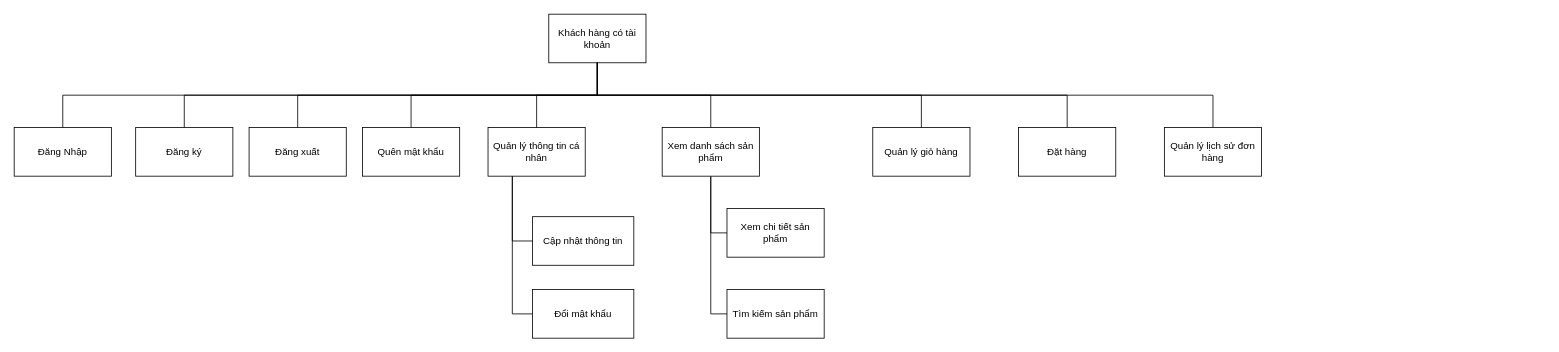
Earlier version of the draw.io diagram page "Sơ đồ tư duy khách hàng có tài khoản" (5 of 24) of Diagram for assign.drawio (khanh8603/khanh8603). Source tidied: cells renumbered, new cells numbered last; positions are measured from the earlier drawing's top-left corner, leaving out a move shared by most shapes. Both pictures are drawn from the tidied source at 81%, with x=0, y=0 at pixel (14, 14).
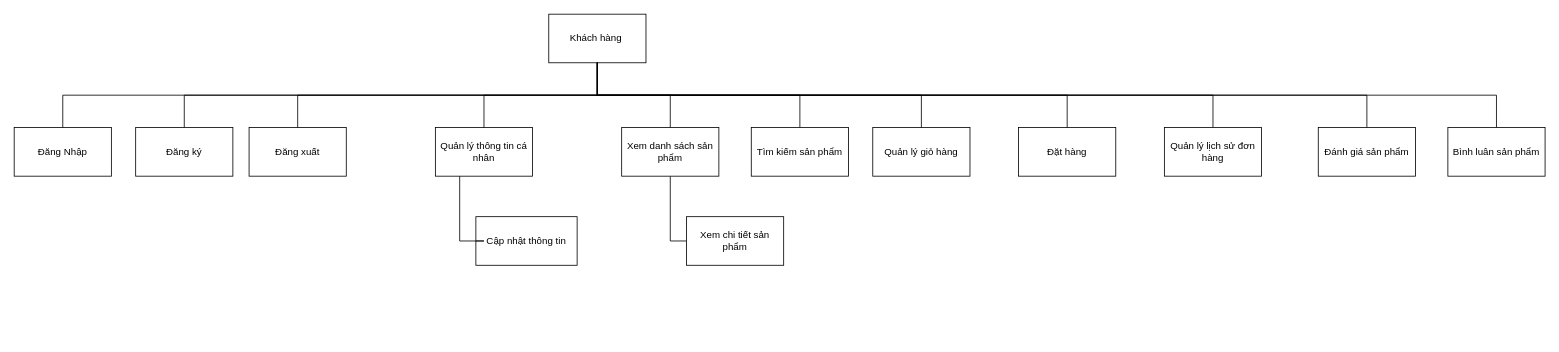
After the change.

Commit message:
Cập nhật Diagram for assign.drawio

Change to the diagram source:
```diff
@@
-    <mxCell id="2" value="Khách hàng có tài khoản" style="rounded=0;whiteSpace=wrap;html=1;" parent="1" vertex="1">
+    <mxCell id="2" value="Khách hàng&amp;nbsp;" style="rounded=0;whiteSpace=wrap;html=1;" parent="1" vertex="1">
       <mxGeometry x="660" width="120" height="60" as="geometry" />
     </mxCell>
@@
     <mxCell id="5" value="Quản lý thông tin cá nhân" style="rounded=0;whiteSpace=wrap;html=1;" parent="1" vertex="1">
-      <mxGeometry x="585" y="140" width="120" height="60" as="geometry" />
+      <mxGeometry x="520" y="140" width="120" height="60" as="geometry" />
     </mxCell>
@@
     <mxCell id="13" value="Cập nhật thông tin" style="rounded=0;whiteSpace=wrap;html=1;" parent="1" vertex="1">
-      <mxGeometry x="640" y="250" width="125" height="60" as="geometry" />
+      <mxGeometry x="570" y="250" width="125" height="60" as="geometry" />
     </mxCell>
-    <mxCell id="14" value="Đổi mật khẩu" style="rounded=0;whiteSpace=wrap;html=1;" parent="1" vertex="1">
-      <mxGeometry x="640" y="340" width="125" height="60" as="geometry" />
-    </mxCell>
     <mxCell id="15" style="endArrow=none;html=1;rounded=0;entryX=0.25;entryY=1;entryDx=0;entryDy=0;exitX=0;exitY=0.5;exitDx=0;exitDy=0;edgeStyle=orthogonalEdgeStyle;" parent="1" edge="1" source="13" target="5">
       <mxGeometry relative="1" as="geometry">
         <Array as="points">
-          <mxPoint x="615" y="280" />
+          <mxPoint x="580" y="280" />
+          <mxPoint x="550" y="280" />
         </Array>
       </mxGeometry>
     </mxCell>
-    <mxCell id="16" style="endArrow=none;html=1;rounded=0;entryX=0.25;entryY=1;entryDx=0;entryDy=0;exitX=0;exitY=0.5;exitDx=0;exitDy=0;edgeStyle=orthogonalEdgeStyle;" parent="1" edge="1" source="14" target="5">
-      <mxGeometry relative="1" as="geometry" />
-    </mxCell>
@@
-    <mxCell id="18" style="edgeStyle=orthogonalEdgeStyle;rounded=0;jettySize=auto;html=1;exitX=0.5;exitY=1;exitDx=0;exitDy=0;entryX=0;entryY=0.5;entryDx=0;entryDy=0;endArrow=none;endFill=0;" parent="1" edge="1" source="19" target="26">
-      <mxGeometry relative="1" as="geometry" />
-    </mxCell>
     <mxCell id="19" value="Xem danh sách sản phẩm" style="rounded=0;whiteSpace=wrap;html=1;" parent="1" vertex="1">
-      <mxGeometry x="800" y="140" width="120" height="60" as="geometry" />
+      <mxGeometry x="750" y="140" width="120" height="60" as="geometry" />
     </mxCell>
     <mxCell id="20" style="endArrow=none;html=1;rounded=0;entryX=0.5;entryY=1;entryDx=0;entryDy=0;exitX=0.5;exitY=0;exitDx=0;exitDy=0;edgeStyle=orthogonalEdgeStyle;" parent="1" edge="1" source="19" target="2">
       <mxGeometry relative="1" as="geometry">
         <Array as="points">
-          <mxPoint x="860" y="100" />
+          <mxPoint x="810" y="100" />
           <mxPoint x="720" y="100" />
         </Array>
       </mxGeometry>
     </mxCell>
     <mxCell id="21" value="Xem chi tiết sản phẩm" style="rounded=0;whiteSpace=wrap;html=1;" parent="1" vertex="1">
-      <mxGeometry x="880" y="240" width="120" height="60" as="geometry" />
+      <mxGeometry x="830" y="250" width="120" height="60" as="geometry" />
     </mxCell>
@@
-    <mxCell id="24" style="edgeStyle=orthogonalEdgeStyle;rounded=0;jettySize=auto;html=1;exitX=0.5;exitY=0;exitDx=0;exitDy=0;entryX=0.5;entryY=1;entryDx=0;entryDy=0;endArrow=none;endFill=0;" parent="1" edge="1" source="25" target="2">
-      <mxGeometry relative="1" as="geometry" />
-    </mxCell>
-    <mxCell id="25" value="Quên mật khẩu" style="rounded=0;whiteSpace=wrap;html=1;" parent="1" vertex="1">
-      <mxGeometry x="430" y="140" width="120" height="60" as="geometry" />
-    </mxCell>
+    <mxCell id="29" style="edgeStyle=orthogonalEdgeStyle;rounded=0;jettySize=auto;html=1;exitX=0.5;exitY=0;exitDx=0;exitDy=0;entryX=0.5;entryY=1;entryDx=0;entryDy=0;endArrow=none;endFill=0;" parent="1" edge="1" source="26" target="2">
+      <mxGeometry relative="1" as="geometry" />
+    </mxCell>
     <mxCell id="26" value="Tìm kiếm sản phẩm" style="rounded=0;whiteSpace=wrap;html=1;" parent="1" vertex="1">
-      <mxGeometry x="880" y="340" width="120" height="60" as="geometry" />
+      <mxGeometry x="910" y="140" width="120" height="60" as="geometry" />
     </mxCell>
@@
+    <mxCell id="30" style="edgeStyle=orthogonalEdgeStyle;rounded=0;jettySize=auto;html=1;exitX=0.5;exitY=0;exitDx=0;exitDy=0;entryX=0.5;entryY=1;entryDx=0;entryDy=0;endArrow=none;endFill=0;" parent="1" edge="1" source="31" target="2">
+      <mxGeometry relative="1" as="geometry" />
+    </mxCell>
+    <mxCell id="31" value="Đánh giá sản phẩm" style="rounded=0;whiteSpace=wrap;html=1;" parent="1" vertex="1">
+      <mxGeometry x="1610" y="140" width="120" height="60" as="geometry" />
+    </mxCell>
+    <mxCell id="32" style="edgeStyle=orthogonalEdgeStyle;rounded=0;jettySize=auto;html=1;exitX=0.5;exitY=0;exitDx=0;exitDy=0;entryX=0.5;entryY=1;entryDx=0;entryDy=0;endArrow=none;endFill=0;" parent="1" edge="1" source="33" target="2">
+      <mxGeometry relative="1" as="geometry" />
+    </mxCell>
+    <mxCell id="33" value="Bình luân sản phẩm" style="rounded=0;whiteSpace=wrap;html=1;" parent="1" vertex="1">
+      <mxGeometry x="1770" y="140" width="120" height="60" as="geometry" />
+    </mxCell>
```
